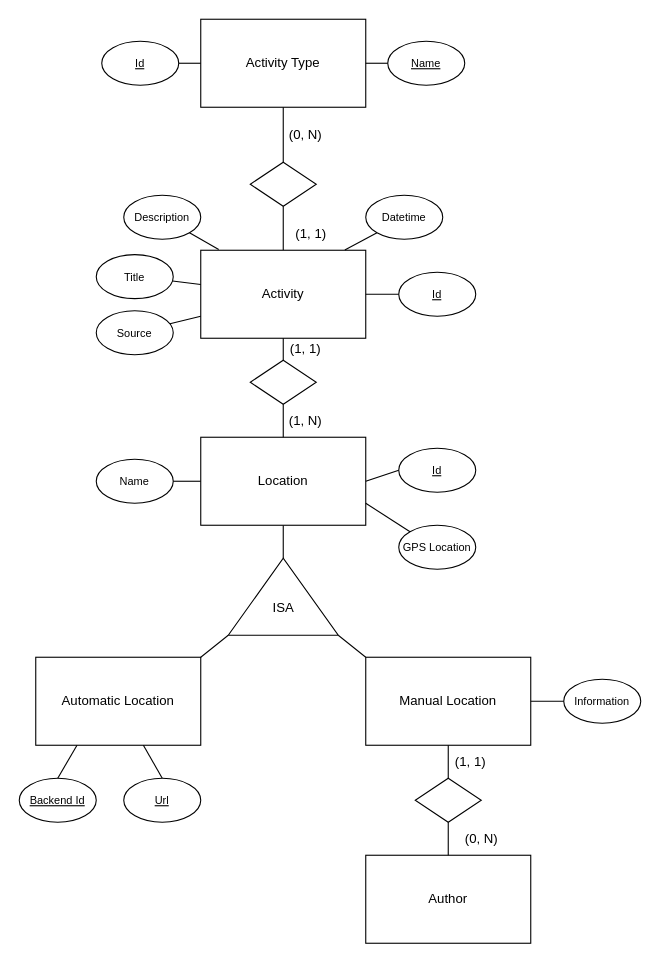
Earlier version of the draw.io diagram packages/db-schema/assets/ACCR-EER.drawio (merojosa/agenda-cultural-cr). Source tidied: cells renumbered, new cells numbered last; positions are measured from the earlier drawing's top-left corner, leaving out a move shared by most shapes. Both pictures are drawn from the tidied source at 110%, with x=0, y=0 at pixel (19, 19).
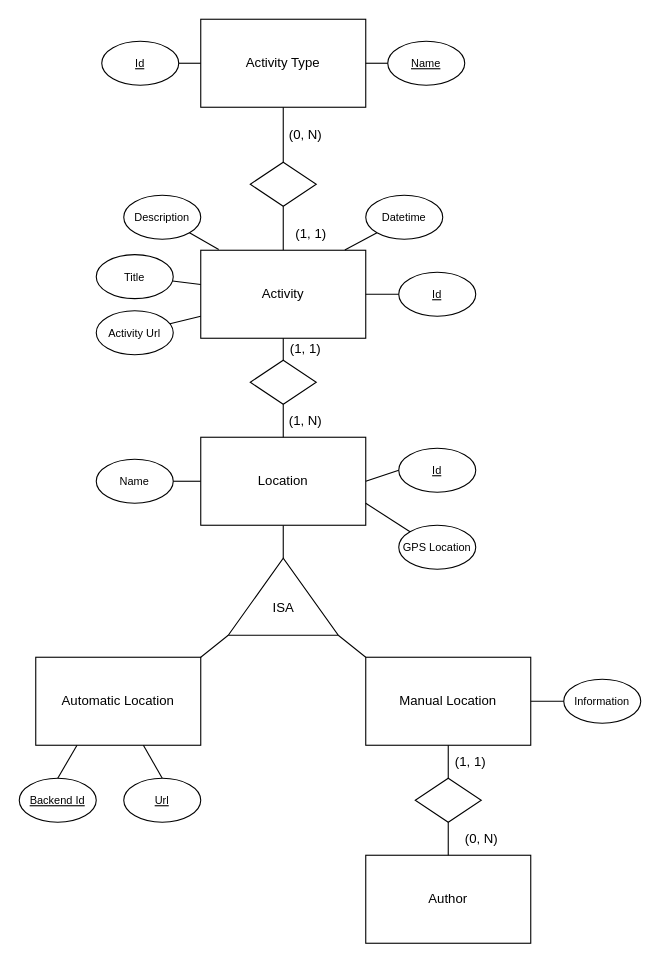
After the change.

The edit, as a diff of the source:
```diff
@@
-    <mxCell id="32" value="&lt;font style=&quot;font-size: 10px;&quot;&gt;Source&lt;/font&gt;" style="ellipse;whiteSpace=wrap;html=1;" parent="1" vertex="1">
+    <mxCell id="32" value="&lt;font style=&quot;font-size: 10px;&quot;&gt;Activity Url&lt;/font&gt;" style="ellipse;whiteSpace=wrap;html=1;" parent="1" vertex="1">
       <mxGeometry x="70" y="265" width="70" height="40" as="geometry" />
     </mxCell>
```
